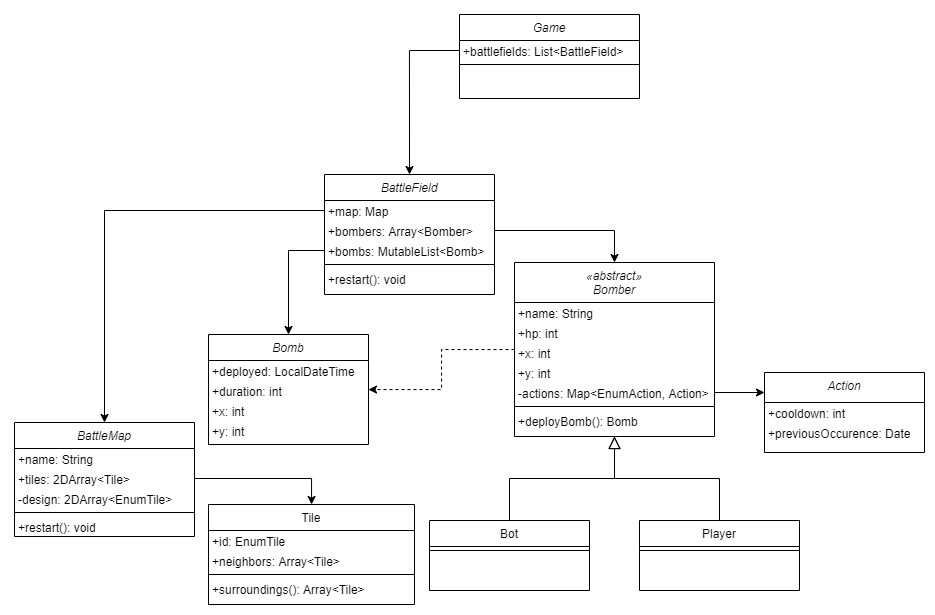
Earlier version of the draw.io export docs/GoGo.png (Darderion/GoGo). Source tidied: cells renumbered, new cells last; positions are measured from the earlier drawing's top-left corner, leaving out a move shared by most shapes.
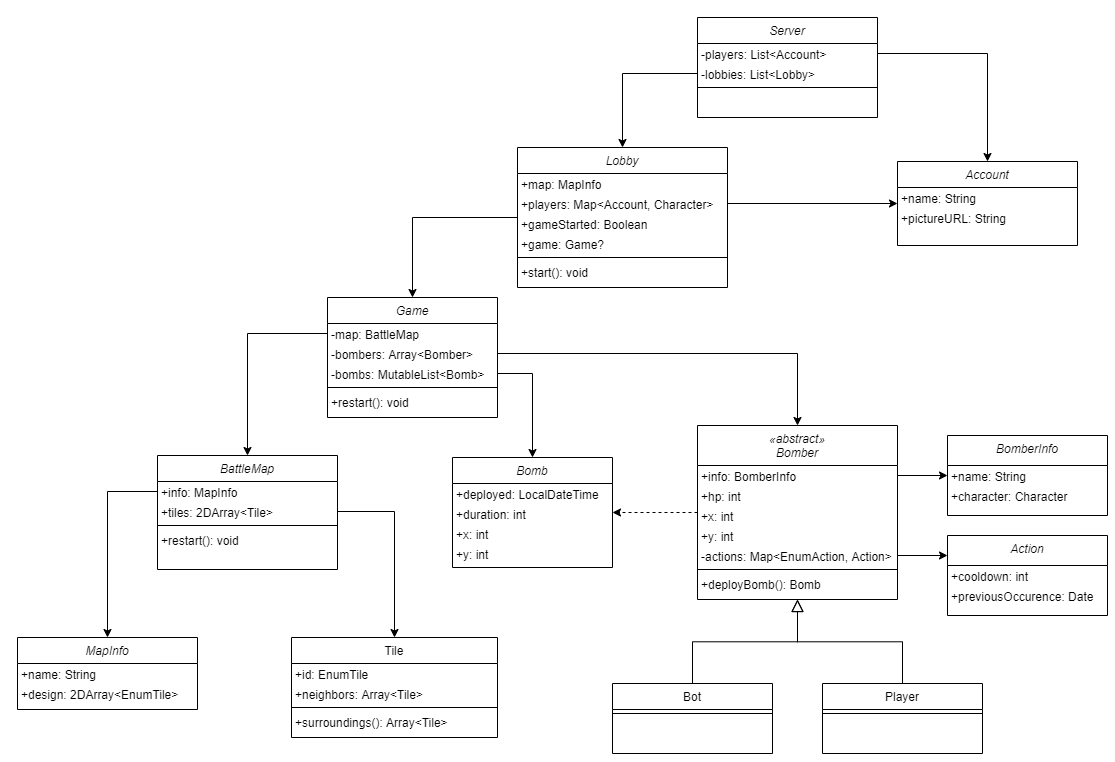
Above is the later version.

Change to the diagram source:
```diff
@@ -3,25 +3,22 @@
     <mxCell id="0" />
     <mxCell id="1" parent="0" />
     <mxCell id="2" value="BattleMap" style="swimlane;fontStyle=2;align=center;verticalAlign=top;horizontal=1;startSize=26;rounded=0;shadow=0;strokeWidth=1;" parent="1" vertex="1">
-      <mxGeometry y="408" width="180" height="114" as="geometry" />
+      <mxGeometry x="-40" y="278" width="180" height="114" as="geometry" />
     </mxCell>
-    <mxCell id="3" value="+name: String" style="text;align=left;verticalAlign=top;spacingLeft=4;spacingRight=4;overflow=hidden;points=[[0,0.5],[1,0.5]];portConstraint=eastwest;spacing=0;" parent="2" vertex="1">
+    <mxCell id="3" value="+info: MapInfo" style="text;align=left;verticalAlign=top;spacingLeft=4;spacingRight=4;overflow=hidden;points=[[0,0.5],[1,0.5]];portConstraint=eastwest;spacing=0;" parent="2" vertex="1">
       <mxGeometry y="26" width="180" height="20" as="geometry" />
     </mxCell>
     <mxCell id="4" value="+tiles: 2DArray&lt;Tile&gt;" style="text;align=left;verticalAlign=top;spacingLeft=4;spacingRight=4;overflow=hidden;points=[[0,0.5],[1,0.5]];portConstraint=eastwest;spacing=0;" parent="2" vertex="1">
       <mxGeometry y="46" width="180" height="20" as="geometry" />
     </mxCell>
-    <mxCell id="5" value="-design: 2DArray&lt;EnumTile&gt;" style="text;align=left;verticalAlign=top;spacingLeft=4;spacingRight=4;overflow=hidden;spacing=0;" parent="2" vertex="1">
-      <mxGeometry y="66" width="180" height="20" as="geometry" />
-    </mxCell>
     <mxCell id="6" style="line;html=1;strokeWidth=1;align=left;verticalAlign=middle;spacingTop=-1;spacingLeft=3;spacingRight=3;labelPosition=right;" parent="2" vertex="1">
-      <mxGeometry y="86" width="180" height="8" as="geometry" />
+      <mxGeometry y="66" width="180" height="8" as="geometry" />
     </mxCell>
     <mxCell id="7" value="+restart(): void" style="text;align=left;verticalAlign=top;spacingLeft=4;spacingRight=4;overflow=hidden;spacing=0;" parent="2" vertex="1">
-      <mxGeometry y="94" width="180" height="20" as="geometry" />
+      <mxGeometry y="74" width="180" height="20" as="geometry" />
     </mxCell>
     <mxCell id="8" value="Tile" style="swimlane;fontStyle=0;align=center;verticalAlign=top;horizontal=1;startSize=26;rounded=0;shadow=0;strokeWidth=1;" parent="1" vertex="1">
-      <mxGeometry x="194" y="490" width="206" height="100" as="geometry" />
+      <mxGeometry x="94" y="460" width="206" height="100" as="geometry" />
     </mxCell>
     <mxCell id="9" value="+id: EnumTile" style="text;align=left;verticalAlign=top;spacingLeft=4;spacingRight=4;overflow=hidden;spacing=0;" parent="8" vertex="1">
       <mxGeometry y="26" width="206" height="20" as="geometry" />
@@ -35,16 +32,16 @@
     <mxCell id="12" value="+surroundings(): Array&lt;Tile&gt;" style="text;align=left;verticalAlign=top;spacingLeft=4;spacingRight=4;overflow=hidden;spacing=0;" parent="8" vertex="1">
       <mxGeometry y="74" width="206" height="20" as="geometry" />
     </mxCell>
-    <mxCell id="13" value="BattleField" style="swimlane;fontStyle=2;align=center;verticalAlign=top;horizontal=1;startSize=26;rounded=0;shadow=0;strokeWidth=1;" parent="1" vertex="1">
-      <mxGeometry x="310" y="160" width="170" height="120" as="geometry" />
+    <mxCell id="13" value="Game" style="swimlane;fontStyle=2;align=center;verticalAlign=top;horizontal=1;startSize=26;rounded=0;shadow=0;strokeWidth=1;" parent="1" vertex="1">
+      <mxGeometry x="130" y="120" width="170" height="120" as="geometry" />
     </mxCell>
-    <mxCell id="14" value="+map: Map" style="text;align=left;verticalAlign=top;spacingLeft=4;spacingRight=4;overflow=hidden;points=[[0,0.5],[1,0.5]];portConstraint=eastwest;spacing=0;" parent="13" vertex="1">
+    <mxCell id="14" value="-map: BattleMap" style="text;align=left;verticalAlign=top;spacingLeft=4;spacingRight=4;overflow=hidden;points=[[0,0.5],[1,0.5]];portConstraint=eastwest;spacing=0;" parent="13" vertex="1">
       <mxGeometry y="26" width="170" height="20" as="geometry" />
     </mxCell>
-    <mxCell id="15" value="+bombers: Array&lt;Bomber&gt;" style="text;align=left;verticalAlign=top;spacingLeft=4;spacingRight=4;overflow=hidden;points=[[0,0.5],[1,0.5]];portConstraint=eastwest;spacing=0;" parent="13" vertex="1">
+    <mxCell id="15" value="-bombers: Array&lt;Bomber&gt;" style="text;align=left;verticalAlign=top;spacingLeft=4;spacingRight=4;overflow=hidden;points=[[0,0.5],[1,0.5]];portConstraint=eastwest;spacing=0;" parent="13" vertex="1">
       <mxGeometry y="46" width="170" height="20" as="geometry" />
     </mxCell>
-    <mxCell id="16" value="+bombs: MutableList&lt;Bomb&gt;" style="text;align=left;verticalAlign=top;spacingLeft=4;spacingRight=4;overflow=hidden;points=[[0,0.5],[1,0.5]];portConstraint=eastwest;spacing=0;" parent="13" vertex="1">
+    <mxCell id="16" value="-bombs: MutableList&lt;Bomb&gt;" style="text;align=left;verticalAlign=top;spacingLeft=4;spacingRight=4;overflow=hidden;points=[[0,0.5],[1,0.5]];portConstraint=eastwest;spacing=0;" parent="13" vertex="1">
       <mxGeometry y="66" width="170" height="20" as="geometry" />
     </mxCell>
     <mxCell id="17" style="line;html=1;strokeWidth=1;align=left;verticalAlign=middle;spacingTop=-1;spacingLeft=3;spacingRight=3;labelPosition=right;" parent="13" vertex="1">
@@ -59,7 +56,7 @@
     <mxCell id="20" value="«abstract»&#10;Bomber" style="swimlane;fontStyle=2;align=center;verticalAlign=top;horizontal=1;startSize=40;rounded=0;shadow=0;strokeWidth=1;" parent="1" vertex="1">
       <mxGeometry x="500" y="248" width="200" height="174" as="geometry" />
     </mxCell>
-    <mxCell id="21" value="+name: String" style="text;align=left;verticalAlign=top;spacingLeft=4;spacingRight=4;overflow=hidden;points=[[0,0.5],[1,0.5]];portConstraint=eastwest;spacing=0;" parent="20" vertex="1">
+    <mxCell id="21" value="+info: BomberInfo" style="text;align=left;verticalAlign=top;spacingLeft=4;spacingRight=4;overflow=hidden;points=[[0,0.5],[1,0.5]];portConstraint=eastwest;spacing=0;" parent="20" vertex="1">
       <mxGeometry y="40" width="200" height="20" as="geometry" />
     </mxCell>
     <mxCell id="22" value="+hp: int" style="text;align=left;verticalAlign=top;spacingLeft=4;spacingRight=4;overflow=hidden;rounded=0;shadow=0;html=0;spacing=0;" parent="20" vertex="1">
@@ -120,7 +117,7 @@
       <mxGeometry relative="1" as="geometry" />
     </mxCell>
     <mxCell id="41" value="Bomb" style="swimlane;fontStyle=2;align=center;verticalAlign=top;horizontal=1;startSize=26;rounded=0;shadow=0;strokeWidth=1;" parent="1" vertex="1">
-      <mxGeometry x="194" y="320" width="160" height="110" as="geometry" />
+      <mxGeometry x="255" y="280" width="160" height="110" as="geometry" />
     </mxCell>
     <mxCell id="42" value="+deployed: LocalDateTime" style="text;align=left;verticalAlign=top;spacingLeft=4;spacingRight=4;overflow=hidden;spacing=0;" parent="41" vertex="1">
       <mxGeometry y="26" width="160" height="20" as="geometry" />
@@ -137,17 +134,83 @@
     <mxCell id="46" style="edgeStyle=orthogonalEdgeStyle;rounded=0;jettySize=auto;html=1;entryX=0.5;entryY=0;entryDx=0;entryDy=0;" parent="1" edge="1" source="16" target="41">
       <mxGeometry relative="1" as="geometry" />
     </mxCell>
-    <mxCell id="47" value="Game" style="swimlane;fontStyle=2;align=center;verticalAlign=top;horizontal=1;startSize=26;rounded=0;shadow=0;strokeWidth=1;" parent="1" vertex="1">
-      <mxGeometry x="445" width="180" height="84" as="geometry" />
+    <mxCell id="47" value="Server" style="swimlane;fontStyle=2;align=center;verticalAlign=top;horizontal=1;startSize=26;rounded=0;shadow=0;strokeWidth=1;" parent="1" vertex="1">
+      <mxGeometry x="500" y="-160" width="180" height="100" as="geometry" />
     </mxCell>
-    <mxCell id="48" value="+battlefields: List&lt;BattleField&gt;" style="text;align=left;verticalAlign=top;spacingLeft=4;spacingRight=4;overflow=hidden;points=[[0,0.5],[1,0.5]];portConstraint=eastwest;spacing=0;" parent="47" vertex="1">
+    <mxCell id="48" value="-players: List&lt;Account&gt;" style="text;align=left;verticalAlign=top;spacingLeft=4;spacingRight=4;overflow=hidden;points=[[0,0.5],[1,0.5]];portConstraint=eastwest;spacing=0;" parent="47" vertex="1">
       <mxGeometry y="26" width="180" height="20" as="geometry" />
     </mxCell>
+    <mxCell id="51" value="-lobbies: List&lt;Lobby&gt;" style="text;align=left;verticalAlign=top;spacingLeft=4;spacingRight=4;overflow=hidden;points=[[0,0.5],[1,0.5]];portConstraint=eastwest;spacing=0;" parent="47" vertex="1">
+      <mxGeometry y="46" width="180" height="20" as="geometry" />
+    </mxCell>
     <mxCell id="49" style="line;html=1;strokeWidth=1;align=left;verticalAlign=middle;spacingTop=-1;spacingLeft=3;spacingRight=3;labelPosition=right;" parent="47" vertex="1">
-      <mxGeometry y="46" width="180" height="8" as="geometry" />
+      <mxGeometry y="66" width="180" height="8" as="geometry" />
     </mxCell>
-    <mxCell id="50" style="edgeStyle=orthogonalEdgeStyle;rounded=0;jettySize=auto;html=1;entryX=0.5;entryY=0;entryDx=0;entryDy=0;" parent="1" edge="1" source="48" target="13">
+    <mxCell id="50" style="edgeStyle=orthogonalEdgeStyle;rounded=0;jettySize=auto;html=1;" parent="1" edge="1" source="48" target="60">
       <mxGeometry relative="1" as="geometry" />
     </mxCell>
+    <mxCell id="52" style="edgeStyle=orthogonalEdgeStyle;rounded=0;jettySize=auto;html=1;" parent="1" edge="1" source="53" target="13">
+      <mxGeometry relative="1" as="geometry" />
+    </mxCell>
+    <mxCell id="53" value="Lobby" style="swimlane;fontStyle=2;align=center;verticalAlign=top;horizontal=1;startSize=26;rounded=0;shadow=0;strokeWidth=1;" parent="1" vertex="1">
+      <mxGeometry x="320" y="-30" width="210" height="140" as="geometry" />
+    </mxCell>
+    <mxCell id="54" value="+map: MapInfo" style="text;align=left;verticalAlign=top;spacingLeft=4;spacingRight=4;overflow=hidden;spacing=0;" parent="53" vertex="1">
+      <mxGeometry y="26" width="210" height="20" as="geometry" />
+    </mxCell>
+    <mxCell id="55" value="+players: Map&lt;Account, Character&gt;" style="text;align=left;verticalAlign=top;spacingLeft=4;spacingRight=4;overflow=hidden;points=[[0,0.5],[1,0.5]];portConstraint=eastwest;spacing=0;" parent="53" vertex="1">
+      <mxGeometry y="46" width="210" height="20" as="geometry" />
+    </mxCell>
+    <mxCell id="56" value="+gameStarted: Boolean" style="text;align=left;verticalAlign=top;spacingLeft=4;spacingRight=4;overflow=hidden;spacing=0;" parent="53" vertex="1">
+      <mxGeometry y="66" width="210" height="20" as="geometry" />
+    </mxCell>
+    <mxCell id="57" value="+game: Game?" style="text;align=left;verticalAlign=top;spacingLeft=4;spacingRight=4;overflow=hidden;spacing=0;" parent="53" vertex="1">
+      <mxGeometry y="86" width="210" height="20" as="geometry" />
+    </mxCell>
+    <mxCell id="58" style="line;html=1;strokeWidth=1;align=left;verticalAlign=middle;spacingTop=-1;spacingLeft=3;spacingRight=3;labelPosition=right;" parent="53" vertex="1">
+      <mxGeometry y="106" width="210" height="8" as="geometry" />
+    </mxCell>
+    <mxCell id="59" value="+start(): void" style="text;align=left;verticalAlign=top;spacingLeft=4;spacingRight=4;overflow=hidden;spacing=0;" parent="53" vertex="1">
+      <mxGeometry y="114" width="210" height="20" as="geometry" />
+    </mxCell>
+    <mxCell id="60" value="Account" style="swimlane;fontStyle=2;align=center;verticalAlign=top;horizontal=1;startSize=26;rounded=0;shadow=0;strokeWidth=1;" parent="1" vertex="1">
+      <mxGeometry x="700" y="-16" width="180" height="84" as="geometry" />
+    </mxCell>
+    <mxCell id="61" value="+name: String" style="text;align=left;verticalAlign=top;spacingLeft=4;spacingRight=4;overflow=hidden;spacing=0;" parent="60" vertex="1">
+      <mxGeometry y="26" width="180" height="20" as="geometry" />
+    </mxCell>
+    <mxCell id="62" value="+pictureURL: String" style="text;align=left;verticalAlign=top;spacingLeft=4;spacingRight=4;overflow=hidden;spacing=0;" parent="60" vertex="1">
+      <mxGeometry y="46" width="180" height="20" as="geometry" />
+    </mxCell>
+    <mxCell id="63" value="MapInfo" style="swimlane;fontStyle=2;align=center;verticalAlign=top;horizontal=1;startSize=26;rounded=0;shadow=0;strokeWidth=1;" parent="1" vertex="1">
+      <mxGeometry x="-180" y="460" width="180" height="72" as="geometry" />
+    </mxCell>
+    <mxCell id="64" value="+name: String" style="text;align=left;verticalAlign=top;spacingLeft=4;spacingRight=4;overflow=hidden;spacing=0;" parent="63" vertex="1">
+      <mxGeometry y="26" width="180" height="20" as="geometry" />
+    </mxCell>
+    <mxCell id="65" value="+design: 2DArray&lt;EnumTile&gt;" style="text;align=left;verticalAlign=top;spacingLeft=4;spacingRight=4;overflow=hidden;spacing=0;" parent="63" vertex="1">
+      <mxGeometry y="46" width="180" height="20" as="geometry" />
+    </mxCell>
+    <mxCell id="66" style="edgeStyle=orthogonalEdgeStyle;rounded=0;jettySize=auto;html=1;exitX=0;exitY=0.5;exitDx=0;exitDy=0;" parent="1" edge="1" source="3" target="63">
+      <mxGeometry relative="1" as="geometry" />
+    </mxCell>
+    <mxCell id="67" style="edgeStyle=orthogonalEdgeStyle;rounded=0;jettySize=auto;html=1;" parent="1" edge="1" source="51" target="53">
+      <mxGeometry relative="1" as="geometry" />
+    </mxCell>
+    <mxCell id="68" style="edgeStyle=orthogonalEdgeStyle;rounded=0;jettySize=auto;html=1;" parent="1" edge="1" source="55" target="60">
+      <mxGeometry relative="1" as="geometry" />
+    </mxCell>
+    <mxCell id="69" value="BomberInfo" style="swimlane;fontStyle=2;align=center;verticalAlign=top;horizontal=1;startSize=30;rounded=0;shadow=0;strokeWidth=1;" parent="1" vertex="1">
+      <mxGeometry x="750" y="258" width="160" height="80" as="geometry" />
+    </mxCell>
+    <mxCell id="70" value="+name: String" style="text;align=left;verticalAlign=top;spacingLeft=4;spacingRight=4;overflow=hidden;spacing=0;" parent="69" vertex="1">
+      <mxGeometry y="30" width="160" height="20" as="geometry" />
+    </mxCell>
+    <mxCell id="71" value="+character: Character" style="text;align=left;verticalAlign=top;spacingLeft=4;spacingRight=4;overflow=hidden;rounded=0;shadow=0;html=0;spacing=0;" parent="69" vertex="1">
+      <mxGeometry y="50" width="160" height="20" as="geometry" />
+    </mxCell>
+    <mxCell id="72" style="edgeStyle=orthogonalEdgeStyle;rounded=0;jettySize=auto;html=1;" parent="1" edge="1" source="21" target="69">
+      <mxGeometry relative="1" as="geometry" />
+    </mxCell>
   </root>
 </mxGraphModel>
```
